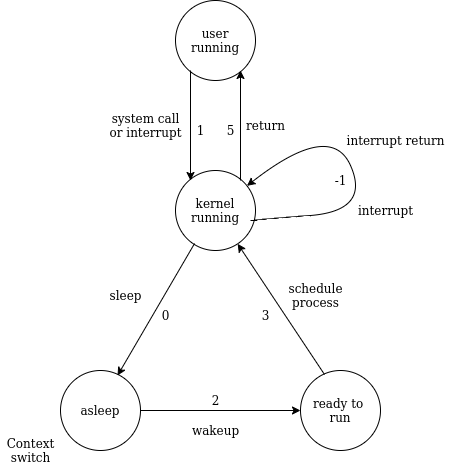
Earlier version of the draw.io export C1/Unix Process State Transition.drawio.png (lakhalouahid/reinforcement-learning-course). Source tidied: cells renumbered, new cells last; positions are measured from the earlier drawing's top-left corner, leaving out a move shared by most shapes. Source of this version:
```xml
<mxGraphModel background="#ffffff">
  <root>
    <mxCell id="0" />
    <mxCell id="1" parent="0" />
    <mxCell id="2" value="user running" style="ellipse;whiteSpace=wrap;html=1;" parent="1" vertex="1">
      <mxGeometry x="175" width="80" height="80" as="geometry" />
    </mxCell>
    <mxCell id="3" value="kernel running" style="ellipse;whiteSpace=wrap;html=1;" parent="1" vertex="1">
      <mxGeometry x="175" y="170" width="80" height="80" as="geometry" />
    </mxCell>
    <mxCell id="4" value="asleep" style="ellipse;whiteSpace=wrap;html=1;" parent="1" vertex="1">
      <mxGeometry x="60" y="370" width="80" height="80" as="geometry" />
    </mxCell>
    <mxCell id="5" value="ready to &lt;br&gt;run" style="ellipse;whiteSpace=wrap;html=1;" parent="1" vertex="1">
      <mxGeometry x="300" y="370" width="80" height="80" as="geometry" />
    </mxCell>
    <mxCell id="6" style="endArrow=classic;html=1;rounded=0;exitX=0.238;exitY=0.913;exitDx=0;exitDy=0;exitPerimeter=0;entryX=0.713;entryY=0.063;entryDx=0;entryDy=0;entryPerimeter=0;" parent="1" edge="1" source="3" target="4">
      <mxGeometry relative="1" as="geometry" />
    </mxCell>
    <mxCell id="7" style="endArrow=classic;html=1;rounded=0;exitX=1;exitY=0.5;exitDx=0;exitDy=0;entryX=0;entryY=0.5;entryDx=0;entryDy=0;" parent="1" edge="1" source="4" target="5">
      <mxGeometry relative="1" as="geometry" />
    </mxCell>
    <mxCell id="8" style="endArrow=classic;html=1;rounded=0;exitX=0.3;exitY=0.05;exitDx=0;exitDy=0;exitPerimeter=0;" parent="1" edge="1" source="5" target="3">
      <mxGeometry relative="1" as="geometry" />
    </mxCell>
    <mxCell id="9" style="endArrow=classic;html=1;rounded=0;" parent="1" edge="1">
      <mxGeometry relative="1" as="geometry">
        <mxPoint x="240" y="180" as="sourcePoint" />
        <mxPoint x="240" y="70" as="targetPoint" />
      </mxGeometry>
    </mxCell>
    <mxCell id="10" style="endArrow=classic;html=1;rounded=0;" parent="1" edge="1">
      <mxGeometry relative="1" as="geometry">
        <mxPoint x="190" y="70" as="sourcePoint" />
        <mxPoint x="190" y="180" as="targetPoint" />
      </mxGeometry>
    </mxCell>
    <mxCell id="11" style="curved=1;endArrow=classic;html=1;rounded=0;" parent="1" edge="1" target="3">
      <mxGeometry relative="1" as="geometry">
        <mxPoint x="250" y="220" as="sourcePoint" />
        <Array as="points">
          <mxPoint x="260" y="220" />
          <mxPoint x="250" y="220" />
          <mxPoint x="370" y="210" />
          <mxPoint x="330" y="120" />
        </Array>
      </mxGeometry>
    </mxCell>
    <mxCell id="12" value="return" style="text;html=1;align=center;verticalAlign=middle;strokeColor=none;fillColor=none;" parent="1" vertex="1">
      <mxGeometry x="240" y="115" width="50" height="20" as="geometry" />
    </mxCell>
    <mxCell id="13" value="system call&lt;br&gt;or interrupt" style="text;html=1;align=center;verticalAlign=middle;strokeColor=none;fillColor=none;" parent="1" vertex="1">
      <mxGeometry x="100" y="110" width="90" height="30" as="geometry" />
    </mxCell>
    <mxCell id="14" value="interrupt" style="text;html=1;align=center;verticalAlign=middle;strokeColor=none;fillColor=none;" parent="1" vertex="1">
      <mxGeometry x="350" y="200" width="70" height="20" as="geometry" />
    </mxCell>
    <mxCell id="15" value="interrupt return" style="text;html=1;align=center;verticalAlign=middle;strokeColor=none;fillColor=none;" parent="1" vertex="1">
      <mxGeometry x="340" y="130" width="110" height="20" as="geometry" />
    </mxCell>
    <mxCell id="16" value="sleep" style="text;html=1;align=center;verticalAlign=middle;strokeColor=none;fillColor=none;" parent="1" vertex="1">
      <mxGeometry x="100" y="285" width="50" height="20" as="geometry" />
    </mxCell>
    <mxCell id="17" value="schedule&lt;br&gt;process" style="text;html=1;align=center;verticalAlign=middle;strokeColor=none;fillColor=none;" parent="1" vertex="1">
      <mxGeometry x="280" y="280" width="70" height="30" as="geometry" />
    </mxCell>
    <mxCell id="18" value="wakeup" style="text;html=1;align=center;verticalAlign=middle;strokeColor=none;fillColor=none;" parent="1" vertex="1">
      <mxGeometry x="185" y="420" width="60" height="20" as="geometry" />
    </mxCell>
    <mxCell id="19" value="Context&lt;br&gt;switch" style="text;html=1;align=center;verticalAlign=middle;strokeColor=none;fillColor=none;" parent="1" vertex="1">
      <mxGeometry y="435" width="60" height="30" as="geometry" />
    </mxCell>
    <mxCell id="20" value="1" style="text;html=1;align=center;verticalAlign=middle;strokeColor=none;fillColor=none;" parent="1" vertex="1">
      <mxGeometry x="190" y="120" width="20" height="20" as="geometry" />
    </mxCell>
    <mxCell id="21" value="5" style="text;html=1;align=center;verticalAlign=middle;strokeColor=none;fillColor=none;" parent="1" vertex="1">
      <mxGeometry x="220" y="120" width="20" height="20" as="geometry" />
    </mxCell>
    <mxCell id="22" value="2" style="text;html=1;align=center;verticalAlign=middle;strokeColor=none;fillColor=none;" parent="1" vertex="1">
      <mxGeometry x="205" y="390" width="20" height="20" as="geometry" />
    </mxCell>
    <mxCell id="23" value="3" style="text;html=1;align=center;verticalAlign=middle;strokeColor=none;fillColor=none;" parent="1" vertex="1">
      <mxGeometry x="255" y="305" width="20" height="20" as="geometry" />
    </mxCell>
    <mxCell id="24" value="0" style="text;html=1;align=center;verticalAlign=middle;strokeColor=none;fillColor=none;" parent="1" vertex="1">
      <mxGeometry x="155" y="305" width="20" height="20" as="geometry" />
    </mxCell>
    <mxCell id="25" value="-1" style="text;html=1;align=center;verticalAlign=middle;strokeColor=none;fillColor=none;" parent="1" vertex="1">
      <mxGeometry x="325" y="170" width="30" height="20" as="geometry" />
    </mxCell>
  </root>
</mxGraphModel>
```
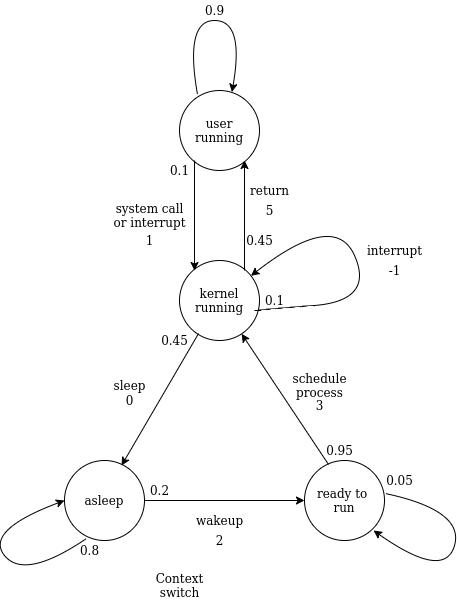
After the commit.

Diff of the diagram source:
```diff
@@ -47,17 +47,14 @@
       </mxGeometry>
     </mxCell>
     <mxCell id="12" value="return" style="text;html=1;align=center;verticalAlign=middle;strokeColor=none;fillColor=none;" parent="1" vertex="1">
-      <mxGeometry x="240" y="115" width="50" height="20" as="geometry" />
+      <mxGeometry x="240" y="90" width="50" height="20" as="geometry" />
     </mxCell>
     <mxCell id="13" value="system call&lt;br&gt;or interrupt" style="text;html=1;align=center;verticalAlign=middle;strokeColor=none;fillColor=none;" parent="1" vertex="1">
       <mxGeometry x="100" y="110" width="90" height="30" as="geometry" />
     </mxCell>
     <mxCell id="14" value="interrupt" style="text;html=1;align=center;verticalAlign=middle;strokeColor=none;fillColor=none;" parent="1" vertex="1">
-      <mxGeometry x="350" y="200" width="70" height="20" as="geometry" />
+      <mxGeometry x="355" y="150" width="70" height="20" as="geometry" />
     </mxCell>
-    <mxCell id="15" value="interrupt return" style="text;html=1;align=center;verticalAlign=middle;strokeColor=none;fillColor=none;" parent="1" vertex="1">
-      <mxGeometry x="340" y="130" width="110" height="20" as="geometry" />
-    </mxCell>
     <mxCell id="16" value="sleep" style="text;html=1;align=center;verticalAlign=middle;strokeColor=none;fillColor=none;" parent="1" vertex="1">
       <mxGeometry x="100" y="285" width="50" height="20" as="geometry" />
     </mxCell>
@@ -68,25 +65,77 @@
       <mxGeometry x="185" y="420" width="60" height="20" as="geometry" />
     </mxCell>
     <mxCell id="19" value="Context&lt;br&gt;switch" style="text;html=1;align=center;verticalAlign=middle;strokeColor=none;fillColor=none;" parent="1" vertex="1">
-      <mxGeometry y="435" width="60" height="30" as="geometry" />
+      <mxGeometry x="145" y="480" width="60" height="30" as="geometry" />
     </mxCell>
     <mxCell id="20" value="1" style="text;html=1;align=center;verticalAlign=middle;strokeColor=none;fillColor=none;" parent="1" vertex="1">
-      <mxGeometry x="190" y="120" width="20" height="20" as="geometry" />
+      <mxGeometry x="135" y="140" width="20" height="20" as="geometry" />
     </mxCell>
     <mxCell id="21" value="5" style="text;html=1;align=center;verticalAlign=middle;strokeColor=none;fillColor=none;" parent="1" vertex="1">
-      <mxGeometry x="220" y="120" width="20" height="20" as="geometry" />
+      <mxGeometry x="255" y="110" width="20" height="20" as="geometry" />
     </mxCell>
     <mxCell id="22" value="2" style="text;html=1;align=center;verticalAlign=middle;strokeColor=none;fillColor=none;" parent="1" vertex="1">
-      <mxGeometry x="205" y="390" width="20" height="20" as="geometry" />
+      <mxGeometry x="205" y="440" width="20" height="20" as="geometry" />
     </mxCell>
     <mxCell id="23" value="3" style="text;html=1;align=center;verticalAlign=middle;strokeColor=none;fillColor=none;" parent="1" vertex="1">
-      <mxGeometry x="255" y="305" width="20" height="20" as="geometry" />
+      <mxGeometry x="305" y="305" width="20" height="20" as="geometry" />
     </mxCell>
     <mxCell id="24" value="0" style="text;html=1;align=center;verticalAlign=middle;strokeColor=none;fillColor=none;" parent="1" vertex="1">
-      <mxGeometry x="155" y="305" width="20" height="20" as="geometry" />
+      <mxGeometry x="115" y="300" width="20" height="20" as="geometry" />
     </mxCell>
     <mxCell id="25" value="-1" style="text;html=1;align=center;verticalAlign=middle;strokeColor=none;fillColor=none;" parent="1" vertex="1">
-      <mxGeometry x="325" y="170" width="30" height="20" as="geometry" />
+      <mxGeometry x="375" y="170" width="30" height="20" as="geometry" />
     </mxCell>
+    <mxCell id="26" style="curved=1;endArrow=classic;html=1;rounded=0;entryX=0.238;entryY=0.938;entryDx=0;entryDy=0;entryPerimeter=0;exitX=1.013;exitY=0.413;exitDx=0;exitDy=0;exitPerimeter=0;" parent="1" edge="1" source="5">
+      <mxGeometry relative="1" as="geometry">
+        <mxPoint x="369" y="440" as="targetPoint" />
+        <Array as="points">
+          <mxPoint x="460" y="420" />
+          <mxPoint x="440" y="490" />
+        </Array>
+      </mxGeometry>
+    </mxCell>
+    <mxCell id="27" style="curved=1;endArrow=classic;html=1;rounded=0;exitX=0.225;exitY=0.05;exitDx=0;exitDy=0;exitPerimeter=0;entryX=0.655;entryY=0.02;entryDx=0;entryDy=0;entryPerimeter=0;" parent="1" edge="1" source="2" target="2">
+      <mxGeometry relative="1" as="geometry">
+        <Array as="points">
+          <mxPoint x="180" y="-70" />
+          <mxPoint x="240" y="-70" />
+        </Array>
+      </mxGeometry>
+    </mxCell>
+    <mxCell id="28" style="curved=1;endArrow=classic;html=1;rounded=0;exitX=0.275;exitY=0.975;exitDx=0;exitDy=0;exitPerimeter=0;entryX=0;entryY=0.5;entryDx=0;entryDy=0;" parent="1" edge="1" source="4" target="4">
+      <mxGeometry relative="1" as="geometry">
+        <Array as="points">
+          <mxPoint x="20" y="490" />
+          <mxPoint x="-20" y="440" />
+        </Array>
+      </mxGeometry>
+    </mxCell>
+    <mxCell id="29" value="0.9" style="text;html=1;align=center;verticalAlign=middle;strokeColor=none;fillColor=none;" parent="1" vertex="1">
+      <mxGeometry x="195" y="-90" width="30" height="20" as="geometry" />
+    </mxCell>
+    <mxCell id="30" value="0.1" style="text;html=1;align=center;verticalAlign=middle;strokeColor=none;fillColor=none;" parent="1" vertex="1">
+      <mxGeometry x="255" y="200" width="30" height="20" as="geometry" />
+    </mxCell>
+    <mxCell id="31" value="0.45" style="text;html=1;align=center;verticalAlign=middle;strokeColor=none;fillColor=none;" parent="1" vertex="1">
+      <mxGeometry x="235" y="140" width="40" height="20" as="geometry" />
+    </mxCell>
+    <mxCell id="32" value="0.45" style="text;html=1;align=center;verticalAlign=middle;strokeColor=none;fillColor=none;" parent="1" vertex="1">
+      <mxGeometry x="150" y="240" width="40" height="20" as="geometry" />
+    </mxCell>
+    <mxCell id="33" value="0.8" style="text;html=1;align=center;verticalAlign=middle;strokeColor=none;fillColor=none;" parent="1" vertex="1">
+      <mxGeometry x="70" y="450" width="30" height="20" as="geometry" />
+    </mxCell>
+    <mxCell id="34" value="0.2" style="text;html=1;align=center;verticalAlign=middle;strokeColor=none;fillColor=none;" parent="1" vertex="1">
+      <mxGeometry x="140" y="390" width="30" height="20" as="geometry" />
+    </mxCell>
+    <mxCell id="35" value="0.95" style="text;html=1;align=center;verticalAlign=middle;strokeColor=none;fillColor=none;" parent="1" vertex="1">
+      <mxGeometry x="315" y="350" width="40" height="20" as="geometry" />
+    </mxCell>
+    <mxCell id="36" value="0.05" style="text;html=1;align=center;verticalAlign=middle;strokeColor=none;fillColor=none;" parent="1" vertex="1">
+      <mxGeometry x="375" y="380" width="40" height="20" as="geometry" />
+    </mxCell>
+    <mxCell id="37" value="0.1" style="text;html=1;align=center;verticalAlign=middle;strokeColor=none;fillColor=none;" parent="1" vertex="1">
+      <mxGeometry x="160" y="70" width="30" height="20" as="geometry" />
+    </mxCell>
   </root>
 </mxGraphModel>
```
